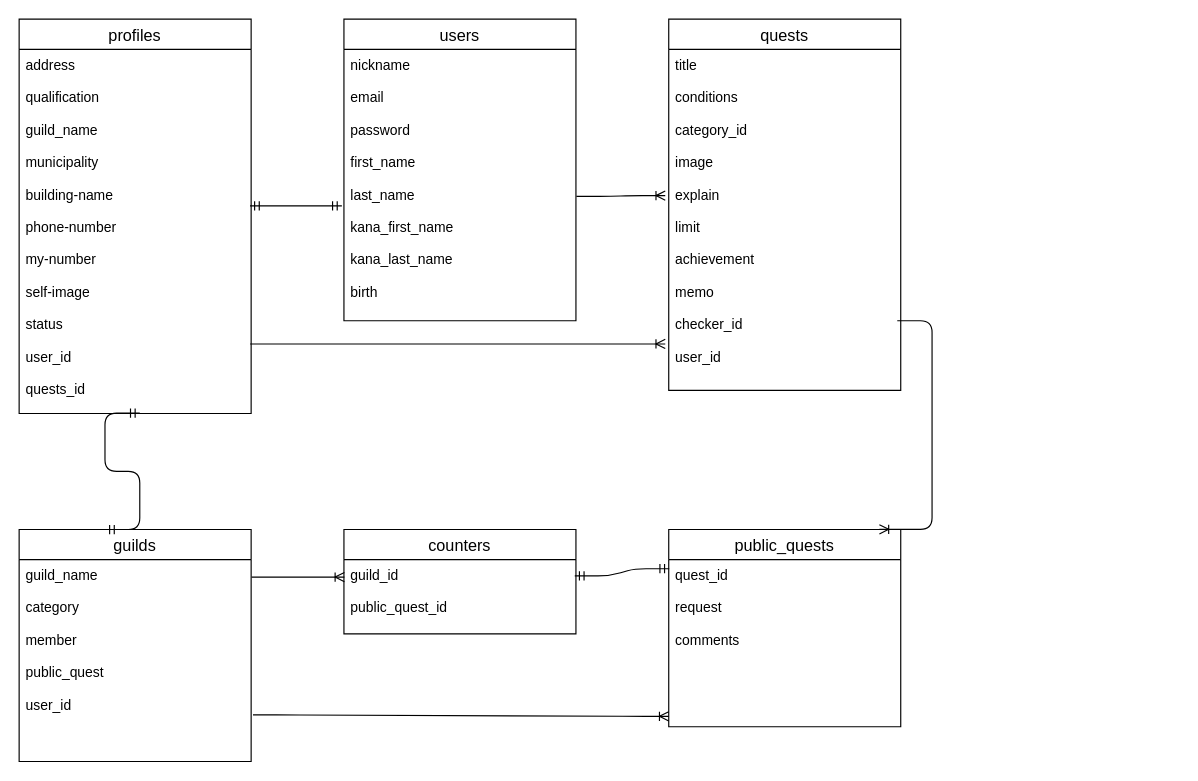
Before: ER.dio in Satota2048/quest_app, a draw.io diagram. Source tidied: cells renumbered, new cells numbered last; positions are measured from the earlier drawing's top-left corner, leaving out a move shared by most shapes. Both pictures are drawn from the tidied source at 116%, with x=0, y=0 at pixel (19, 19).
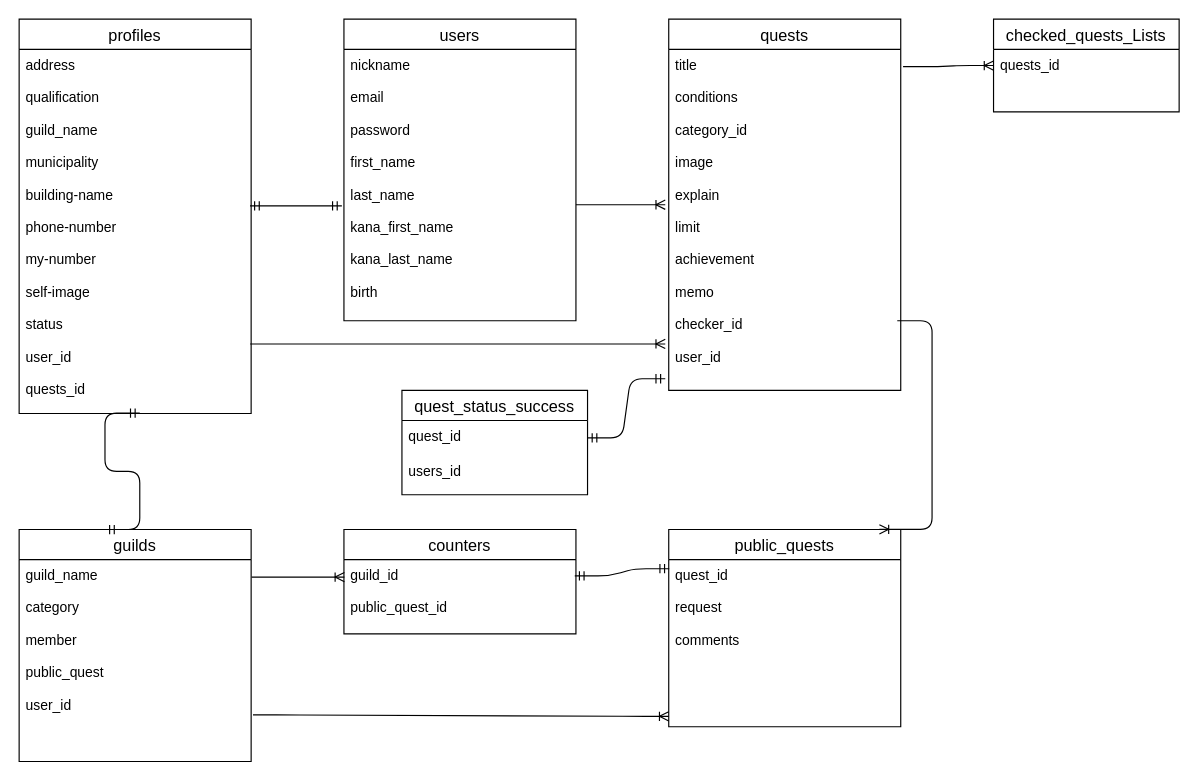
Above is the later version.

Unchanged cells that the change refers to:
```xml
<mxCell id="3" value="nickname&#10;&#10;email&#10;&#10;password&#10;&#10;first_name&#10;&#10;last_name&#10;&#10;kana_first_name&#10;&#10;kana_last_name&#10;&#10;birth&#10;&#10;" style="text;strokeColor=none;fillColor=none;spacingLeft=4;spacingRight=4;overflow=hidden;points=[[0,0.5],[1,0.5]];portConstraint=eastwest;fontSize=12;" parent="2" vertex="1">
  <mxGeometry y="26" width="200" height="234" as="geometry" />
</mxCell>
<mxCell id="5" value="title&#10;&#10;conditions&#10;&#10;category_id&#10;&#10;image&#10;&#10;explain&#10;&#10;limit&#10;&#10;achievement&#10;&#10;memo&#10;&#10;checker_id&#10;&#10;user_id" style="text;strokeColor=none;fillColor=none;spacingLeft=4;spacingRight=4;overflow=hidden;points=[[0,0.5],[1,0.5]];portConstraint=eastwest;fontSize=12;" parent="4" vertex="1">
  <mxGeometry y="26" width="200" height="294" as="geometry" />
</mxCell>
```

What changed in the source:
```diff
@@
-    <mxCell id="12" style="edgeStyle=entityRelationEdgeStyle;fontSize=12;html=1;endArrow=ERoneToMany;exitX=1.002;exitY=0.542;exitDx=0;exitDy=0;entryX=-0.015;entryY=0.429;entryDx=0;entryDy=0;exitPerimeter=0;entryPerimeter=0;" parent="1" edge="1" source="3" target="5">
-      <mxGeometry relative="1" as="geometry" />
+    <mxCell id="12" style="edgeStyle=entityRelationEdgeStyle;fontSize=12;html=1;endArrow=ERoneToMany;" parent="1" edge="1">
+      <mxGeometry relative="1" as="geometry">
+        <mxPoint x="480" y="160" as="sourcePoint" />
+        <mxPoint x="557" y="160" as="targetPoint" />
+      </mxGeometry>
     </mxCell>
@@
+    <mxCell id="22" value="quest_status_success" style="swimlane;fontStyle=0;horizontal=1;startSize=26;align=center;fontSize=14;" parent="1" vertex="1">
+      <mxGeometry x="330" y="320" width="160" height="90" as="geometry" />
+    </mxCell>
+    <mxCell id="23" value="quest_id" style="text;strokeColor=none;fillColor=none;spacingLeft=4;spacingRight=4;overflow=hidden;points=[[0,0.5],[1,0.5]];portConstraint=eastwest;fontSize=12;" parent="22" vertex="1">
+      <mxGeometry y="26" width="160" height="30" as="geometry" />
+    </mxCell>
+    <mxCell id="24" value="users_id" style="text;strokeColor=none;fillColor=none;spacingLeft=4;spacingRight=4;overflow=hidden;fontSize=12;" parent="22" vertex="1">
+      <mxGeometry y="56" width="160" height="34" as="geometry" />
+    </mxCell>
+    <mxCell id="25" style="edgeStyle=entityRelationEdgeStyle;fontSize=12;html=1;endArrow=ERmandOne;startArrow=ERmandOne;entryX=-0.015;entryY=0.966;entryDx=0;entryDy=0;entryPerimeter=0;exitX=1;exitY=0.5;exitDx=0;exitDy=0;" parent="1" edge="1" source="23" target="5">
+      <mxGeometry relative="1" as="geometry" />
+    </mxCell>
+    <mxCell id="26" value="checked_quests_Lists" style="swimlane;fontStyle=0;horizontal=1;startSize=26;align=center;fontSize=14;" parent="1" vertex="1">
+      <mxGeometry x="840" width="160" height="80" as="geometry" />
+    </mxCell>
+    <mxCell id="27" value="quests_id" style="text;strokeColor=none;fillColor=none;spacingLeft=4;spacingRight=4;overflow=hidden;fontSize=12;" parent="26" vertex="1">
+      <mxGeometry y="26" width="160" height="54" as="geometry" />
+    </mxCell>
+    <mxCell id="28" style="edgeStyle=entityRelationEdgeStyle;fontSize=12;html=1;endArrow=ERoneToMany;exitX=1.01;exitY=0.051;exitDx=0;exitDy=0;exitPerimeter=0;" parent="1" edge="1" source="5">
+      <mxGeometry relative="1" as="geometry">
+        <mxPoint x="840" y="40" as="targetPoint" />
+      </mxGeometry>
+    </mxCell>
```
